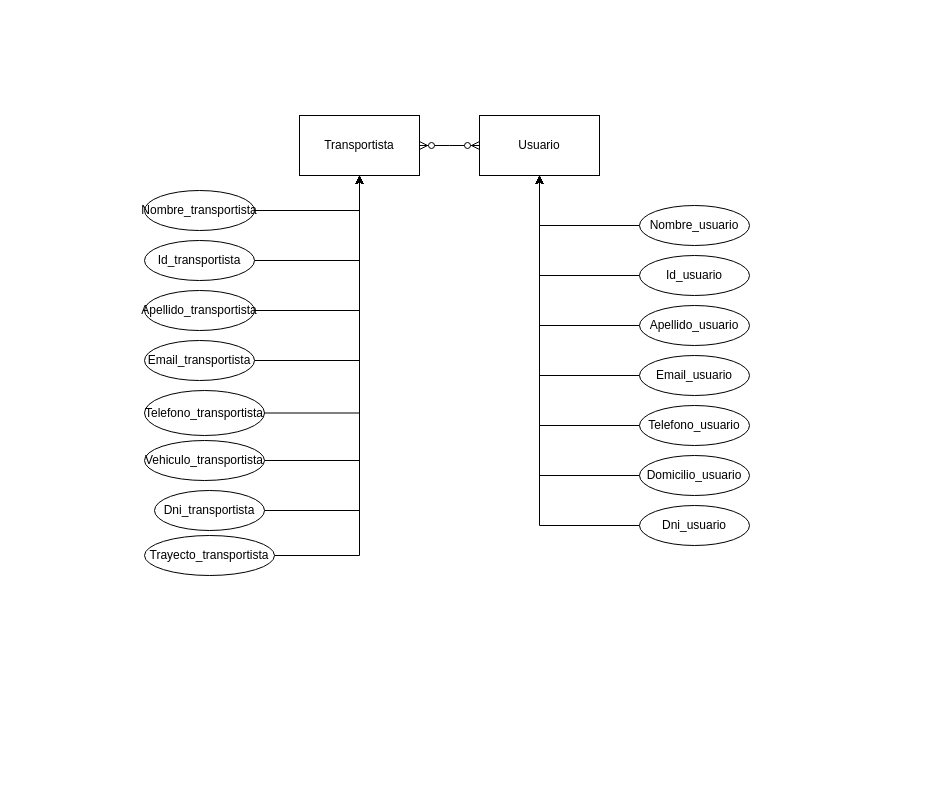
Earlier version of the draw.io diagram Diagrama sin título.drawio (projects-assignments/mudapp-grupo-5). Source tidied: cells renumbered, new cells numbered last; positions are measured from the earlier drawing's top-left corner, leaving out a move shared by most shapes. Both pictures are drawn from the tidied source at 100%, with x=0, y=0 at pixel (144, 115).
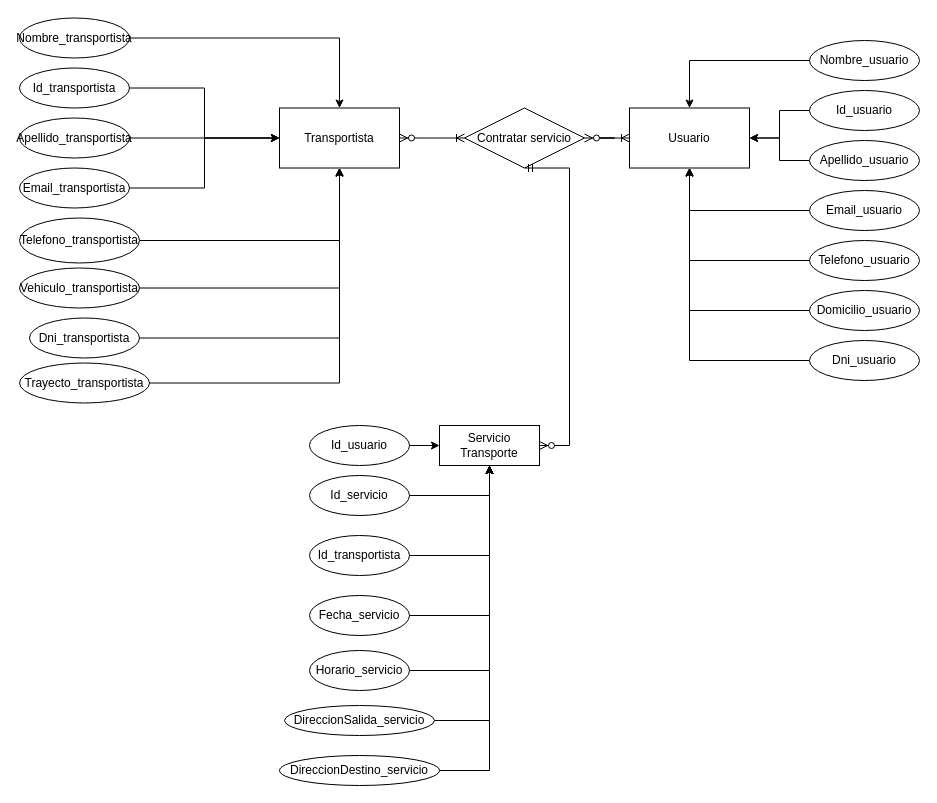
After the change.

The edit, as a diff of the source:
```diff
@@
     <mxCell id="2" value="Transportista" style="rounded=0;whiteSpace=wrap;html=1;" parent="1" vertex="1">
-      <mxGeometry x="155" width="120" height="60" as="geometry" />
+      <mxGeometry x="135" y="-7.5" width="120" height="60" as="geometry" />
     </mxCell>
     <mxCell id="3" value="Usuario" style="rounded=0;whiteSpace=wrap;html=1;" parent="1" vertex="1">
-      <mxGeometry x="335" width="120" height="60" as="geometry" />
+      <mxGeometry x="485" y="-7.5" width="120" height="60" as="geometry" />
     </mxCell>
@@
     <mxCell id="5" value="Nombre_usuario" style="ellipse;whiteSpace=wrap;html=1;" parent="1" vertex="1">
-      <mxGeometry x="495" y="90" width="110" height="40" as="geometry" />
+      <mxGeometry x="665" y="-75" width="110" height="40" as="geometry" />
     </mxCell>
@@
     <mxCell id="7" value="Id_usuario" style="ellipse;whiteSpace=wrap;html=1;" parent="1" vertex="1">
-      <mxGeometry x="495" y="140" width="110" height="40" as="geometry" />
+      <mxGeometry x="665" y="-25" width="110" height="40" as="geometry" />
     </mxCell>
@@
     <mxCell id="9" value="Apellido_usuario" style="ellipse;whiteSpace=wrap;html=1;" parent="1" vertex="1">
-      <mxGeometry x="495" y="190" width="110" height="40" as="geometry" />
+      <mxGeometry x="665" y="25" width="110" height="40" as="geometry" />
     </mxCell>
@@
     <mxCell id="11" value="Email_usuario" style="ellipse;whiteSpace=wrap;html=1;" parent="1" vertex="1">
-      <mxGeometry x="495" y="240" width="110" height="40" as="geometry" />
+      <mxGeometry x="665" y="75" width="110" height="40" as="geometry" />
     </mxCell>
@@
     <mxCell id="13" value="Telefono_usuario" style="ellipse;whiteSpace=wrap;html=1;" parent="1" vertex="1">
-      <mxGeometry x="495" y="290" width="110" height="40" as="geometry" />
+      <mxGeometry x="665" y="125" width="110" height="40" as="geometry" />
     </mxCell>
@@
     <mxCell id="15" value="Domicilio_usuario" style="ellipse;whiteSpace=wrap;html=1;" parent="1" vertex="1">
-      <mxGeometry x="495" y="340" width="110" height="40" as="geometry" />
+      <mxGeometry x="665" y="175" width="110" height="40" as="geometry" />
     </mxCell>
@@
     <mxCell id="17" value="Dni_usuario" style="ellipse;whiteSpace=wrap;html=1;" parent="1" vertex="1">
-      <mxGeometry x="495" y="390" width="110" height="40" as="geometry" />
+      <mxGeometry x="665" y="225" width="110" height="40" as="geometry" />
     </mxCell>
@@
     <mxCell id="19" value="Nombre_transportista" style="ellipse;whiteSpace=wrap;html=1;" parent="1" vertex="1">
-      <mxGeometry y="75" width="110" height="40" as="geometry" />
+      <mxGeometry x="-125" y="-97.5" width="110" height="40" as="geometry" />
     </mxCell>
@@
     <mxCell id="21" value="Id_transportista" style="ellipse;whiteSpace=wrap;html=1;" parent="1" vertex="1">
-      <mxGeometry y="125" width="110" height="40" as="geometry" />
+      <mxGeometry x="-125" y="-47.5" width="110" height="40" as="geometry" />
     </mxCell>
@@
     <mxCell id="23" value="Apellido_transportista" style="ellipse;whiteSpace=wrap;html=1;" parent="1" vertex="1">
-      <mxGeometry y="175" width="110" height="40" as="geometry" />
+      <mxGeometry x="-125" y="2.5" width="110" height="40" as="geometry" />
     </mxCell>
@@
     <mxCell id="25" value="Email_transportista" style="ellipse;whiteSpace=wrap;html=1;" parent="1" vertex="1">
-      <mxGeometry y="225" width="110" height="40" as="geometry" />
+      <mxGeometry x="-125" y="52.5" width="110" height="40" as="geometry" />
     </mxCell>
@@
     <mxCell id="27" value="Telefono_transportista" style="ellipse;whiteSpace=wrap;html=1;" parent="1" vertex="1">
-      <mxGeometry y="275" width="120" height="45" as="geometry" />
+      <mxGeometry x="-125" y="102.5" width="120" height="45" as="geometry" />
     </mxCell>
@@
     <mxCell id="29" value="Vehiculo_transportista" style="ellipse;whiteSpace=wrap;html=1;" parent="1" vertex="1">
-      <mxGeometry y="325" width="120" height="40" as="geometry" />
+      <mxGeometry x="-125" y="152.5" width="120" height="40" as="geometry" />
     </mxCell>
@@
     <mxCell id="31" value="Dni_transportista" style="ellipse;whiteSpace=wrap;html=1;" parent="1" vertex="1">
-      <mxGeometry x="10" y="375" width="110" height="40" as="geometry" />
+      <mxGeometry x="-115" y="202.5" width="110" height="40" as="geometry" />
     </mxCell>
@@
     <mxCell id="33" value="Trayecto_transportista" style="ellipse;whiteSpace=wrap;html=1;" parent="1" vertex="1">
-      <mxGeometry y="420" width="130" height="40" as="geometry" />
+      <mxGeometry x="-125" y="247.5" width="130" height="40" as="geometry" />
     </mxCell>
-    <mxCell id="34" style="edgeStyle=entityRelationEdgeStyle;fontSize=12;html=1;endArrow=ERzeroToMany;endFill=1;startArrow=ERzeroToMany;rounded=0;" parent="1" edge="1" source="2" target="3">
-      <mxGeometry relative="1" as="geometry" />
-    </mxCell>
+    <mxCell id="35" value="Servicio Transporte" style="whiteSpace=wrap;html=1;align=center;" parent="1" vertex="1">
+      <mxGeometry x="295" y="310" width="100" height="40" as="geometry" />
+    </mxCell>
+    <mxCell id="36" style="edgeStyle=orthogonalEdgeStyle;rounded=0;jettySize=auto;html=1;exitX=1;exitY=0.5;exitDx=0;exitDy=0;" parent="1" edge="1" source="37" target="35">
+      <mxGeometry relative="1" as="geometry" />
+    </mxCell>
+    <mxCell id="37" value="Id_servicio" style="ellipse;whiteSpace=wrap;html=1;align=center;" parent="1" vertex="1">
+      <mxGeometry x="165" y="360" width="100" height="40" as="geometry" />
+    </mxCell>
+    <mxCell id="38" style="edgeStyle=orthogonalEdgeStyle;rounded=0;jettySize=auto;html=1;exitX=1;exitY=0.5;exitDx=0;exitDy=0;" parent="1" edge="1" source="39" target="35">
+      <mxGeometry relative="1" as="geometry" />
+    </mxCell>
+    <mxCell id="39" value="Fecha_servicio" style="ellipse;whiteSpace=wrap;html=1;align=center;" parent="1" vertex="1">
+      <mxGeometry x="165" y="480" width="100" height="40" as="geometry" />
+    </mxCell>
+    <mxCell id="40" style="edgeStyle=orthogonalEdgeStyle;rounded=0;jettySize=auto;html=1;exitX=1;exitY=0.5;exitDx=0;exitDy=0;" parent="1" edge="1" source="41" target="35">
+      <mxGeometry relative="1" as="geometry" />
+    </mxCell>
+    <mxCell id="41" value="Horario_servicio" style="ellipse;whiteSpace=wrap;html=1;align=center;" parent="1" vertex="1">
+      <mxGeometry x="165" y="535" width="100" height="40" as="geometry" />
+    </mxCell>
+    <mxCell id="42" style="edgeStyle=orthogonalEdgeStyle;rounded=0;jettySize=auto;html=1;" parent="1" edge="1" source="43" target="35">
+      <mxGeometry relative="1" as="geometry" />
+    </mxCell>
+    <mxCell id="43" value="Id_transportista" style="ellipse;whiteSpace=wrap;html=1;align=center;" parent="1" vertex="1">
+      <mxGeometry x="165" y="420" width="100" height="40" as="geometry" />
+    </mxCell>
+    <mxCell id="44" style="edgeStyle=orthogonalEdgeStyle;rounded=0;jettySize=auto;html=1;exitX=1;exitY=0.5;exitDx=0;exitDy=0;" parent="1" edge="1" source="45" target="35">
+      <mxGeometry relative="1" as="geometry" />
+    </mxCell>
+    <mxCell id="45" value="Id_usuario" style="ellipse;whiteSpace=wrap;html=1;align=center;" parent="1" vertex="1">
+      <mxGeometry x="165" y="310" width="100" height="40" as="geometry" />
+    </mxCell>
+    <mxCell id="46" style="edgeStyle=orthogonalEdgeStyle;rounded=0;jettySize=auto;html=1;exitX=1;exitY=0.5;exitDx=0;exitDy=0;" parent="1" edge="1" source="47" target="35">
+      <mxGeometry relative="1" as="geometry" />
+    </mxCell>
+    <mxCell id="47" value="DireccionSalida_servicio" style="ellipse;whiteSpace=wrap;html=1;align=center;" parent="1" vertex="1">
+      <mxGeometry x="140" y="590" width="150" height="30" as="geometry" />
+    </mxCell>
+    <mxCell id="48" style="edgeStyle=orthogonalEdgeStyle;rounded=0;jettySize=auto;html=1;exitX=1;exitY=0.5;exitDx=0;exitDy=0;" parent="1" edge="1" source="49" target="35">
+      <mxGeometry relative="1" as="geometry" />
+    </mxCell>
+    <mxCell id="49" value="DireccionDestino_servicio" style="ellipse;whiteSpace=wrap;html=1;align=center;" parent="1" vertex="1">
+      <mxGeometry x="135" y="640" width="160" height="30" as="geometry" />
+    </mxCell>
+    <mxCell id="50" value="Contratar servicio" style="shape=rhombus;perimeter=rhombusPerimeter;whiteSpace=wrap;html=1;align=center;" parent="1" vertex="1">
+      <mxGeometry x="320" y="-7.5" width="120" height="60" as="geometry" />
+    </mxCell>
+    <mxCell id="51" style="edgeStyle=entityRelationEdgeStyle;fontSize=12;html=1;endArrow=ERoneToMany;startArrow=ERzeroToMany;rounded=0;exitX=1;exitY=0.5;exitDx=0;exitDy=0;" parent="1" edge="1" source="50" target="3">
+      <mxGeometry relative="1" as="geometry" />
+    </mxCell>
+    <mxCell id="52" style="edgeStyle=entityRelationEdgeStyle;fontSize=12;html=1;endArrow=ERoneToMany;startArrow=ERzeroToMany;rounded=0;exitX=1;exitY=0.5;exitDx=0;exitDy=0;" parent="1" edge="1" source="2" target="50">
+      <mxGeometry relative="1" as="geometry">
+        <Array as="points">
+          <mxPoint x="120" y="20" />
+        </Array>
+      </mxGeometry>
+    </mxCell>
+    <mxCell id="53" style="edgeStyle=entityRelationEdgeStyle;fontSize=12;html=1;endArrow=ERzeroToMany;startArrow=ERmandOne;rounded=0;exitX=0.5;exitY=1;exitDx=0;exitDy=0;" parent="1" edge="1" source="50" target="35">
+      <mxGeometry relative="1" as="geometry">
+        <Array as="points">
+          <mxPoint x="505" y="360" />
+        </Array>
+      </mxGeometry>
+    </mxCell>
```
